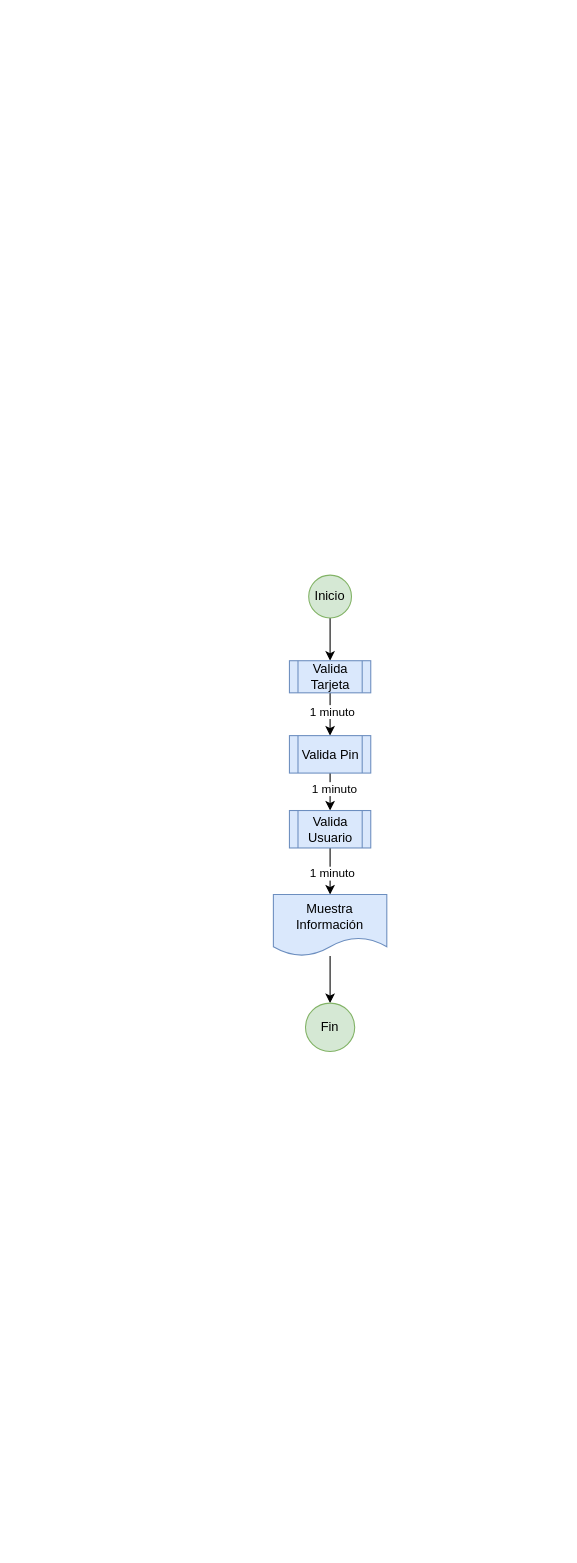
jBuenoDev/diagrams keeps this draw.io diagram as Treads/Threads.drawio. Above is the earlier version. Source tidied: cells renumbered, new cells numbered last; positions are measured from the earlier drawing's top-left corner, leaving out a move shared by most shapes. Both pictures are drawn from the tidied source at 107%, with x=0, y=0 at pixel (273, 575).
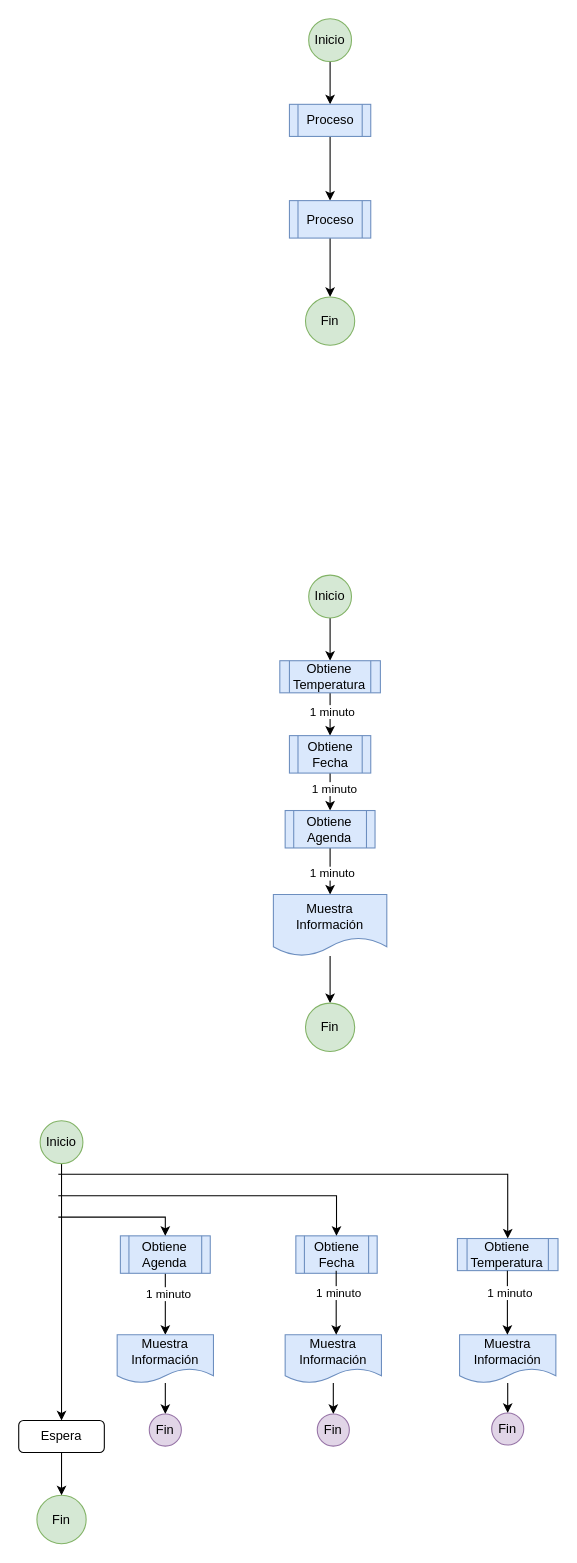
Above is the later version.

Diff of the diagram source:
```diff
@@
-    <mxCell id="6" value="Valida Tarjeta" style="shape=process;whiteSpace=wrap;html=1;backgroundOutline=1;fillColor=#dae8fc;strokeColor=#6c8ebf;" parent="1" vertex="1">
-      <mxGeometry x="15" y="80" width="76" height="30" as="geometry" />
+    <mxCell id="6" value="Obtiene Temperatura" style="shape=process;whiteSpace=wrap;html=1;backgroundOutline=1;fillColor=#dae8fc;strokeColor=#6c8ebf;" parent="1" vertex="1">
+      <mxGeometry x="6" y="80" width="94" height="30" as="geometry" />
     </mxCell>
@@
-    <mxCell id="9" value="Valida Pin" style="shape=process;whiteSpace=wrap;html=1;backgroundOutline=1;fillColor=#dae8fc;strokeColor=#6c8ebf;" parent="1" vertex="1">
+    <mxCell id="9" value="Obtiene Fecha" style="shape=process;whiteSpace=wrap;html=1;backgroundOutline=1;fillColor=#dae8fc;strokeColor=#6c8ebf;" parent="1" vertex="1">
       <mxGeometry x="15" y="150" width="76" height="35" as="geometry" />
     </mxCell>
@@
-    <mxCell id="12" value="Valida Usuario" style="shape=process;whiteSpace=wrap;html=1;backgroundOutline=1;fillColor=#dae8fc;strokeColor=#6c8ebf;" parent="1" vertex="1">
-      <mxGeometry x="15" y="220" width="76" height="35" as="geometry" />
+    <mxCell id="12" value="Obtiene Agenda" style="shape=process;whiteSpace=wrap;html=1;backgroundOutline=1;fillColor=#dae8fc;strokeColor=#6c8ebf;" parent="1" vertex="1">
+      <mxGeometry x="11" y="220" width="84" height="35" as="geometry" />
     </mxCell>
@@
+    <mxCell id="16" style="edgeStyle=orthogonalEdgeStyle;rounded=0;jettySize=auto;html=1;" parent="1" edge="1" source="17" target="19">
+      <mxGeometry relative="1" as="geometry" />
+    </mxCell>
+    <mxCell id="17" value="Inicio" style="ellipse;whiteSpace=wrap;html=1;fillColor=#d5e8d4;strokeColor=#82b366;" parent="1" vertex="1">
+      <mxGeometry x="33" y="-520" width="40" height="40" as="geometry" />
+    </mxCell>
+    <mxCell id="18" style="edgeStyle=orthogonalEdgeStyle;rounded=0;jettySize=auto;html=1;entryX=0.5;entryY=0;entryDx=0;entryDy=0;" parent="1" edge="1" source="19" target="21">
+      <mxGeometry relative="1" as="geometry" />
+    </mxCell>
+    <mxCell id="19" value="Proceso" style="shape=process;whiteSpace=wrap;html=1;backgroundOutline=1;fillColor=#dae8fc;strokeColor=#6c8ebf;" parent="1" vertex="1">
+      <mxGeometry x="15" y="-440" width="76" height="30" as="geometry" />
+    </mxCell>
+    <mxCell id="20" style="edgeStyle=orthogonalEdgeStyle;rounded=0;jettySize=auto;html=1;entryX=0.5;entryY=0;entryDx=0;entryDy=0;" parent="1" edge="1" source="21" target="22">
+      <mxGeometry relative="1" as="geometry" />
+    </mxCell>
+    <mxCell id="21" value="Proceso" style="shape=process;whiteSpace=wrap;html=1;backgroundOutline=1;fillColor=#dae8fc;strokeColor=#6c8ebf;" parent="1" vertex="1">
+      <mxGeometry x="15" y="-350" width="76" height="35" as="geometry" />
+    </mxCell>
+    <mxCell id="22" value="Fin" style="ellipse;whiteSpace=wrap;html=1;fillColor=#d5e8d4;strokeColor=#82b366;" parent="1" vertex="1">
+      <mxGeometry x="30" y="-260" width="46" height="45.2" as="geometry" />
+    </mxCell>
+    <mxCell id="23" style="edgeStyle=orthogonalEdgeStyle;rounded=0;jettySize=auto;html=1;entryX=0.5;entryY=0;entryDx=0;entryDy=0;" parent="1" edge="1" source="24" target="32">
+      <mxGeometry relative="1" as="geometry" />
+    </mxCell>
+    <mxCell id="24" value="Inicio" style="ellipse;whiteSpace=wrap;html=1;fillColor=#d5e8d4;strokeColor=#82b366;" parent="1" vertex="1">
+      <mxGeometry x="-218" y="510" width="40" height="40" as="geometry" />
+    </mxCell>
+    <mxCell id="25" style="edgeStyle=orthogonalEdgeStyle;rounded=0;jettySize=auto;html=1;exitX=0.5;exitY=1;exitDx=0;exitDy=0;" parent="1" edge="1" source="29" target="37">
+      <mxGeometry relative="1" as="geometry" />
+    </mxCell>
+    <mxCell id="26" value="&lt;div&gt;1 minuto&lt;/div&gt;" style="edgeLabel;html=1;align=center;verticalAlign=middle;" parent="25" vertex="1">
+      <mxGeometry x="-0.34" y="2" relative="1" as="geometry" />
+    </mxCell>
+    <mxCell id="27" value="Obtiene Temperatura" style="shape=process;whiteSpace=wrap;html=1;backgroundOutline=1;fillColor=#dae8fc;strokeColor=#6c8ebf;" parent="1" vertex="1">
+      <mxGeometry x="172" y="620" width="94" height="30" as="geometry" />
+    </mxCell>
+    <mxCell id="28" value="Obtiene Fecha" style="shape=process;whiteSpace=wrap;html=1;backgroundOutline=1;fillColor=#dae8fc;strokeColor=#6c8ebf;" parent="1" vertex="1">
+      <mxGeometry x="21" y="617.5" width="76" height="35" as="geometry" />
+    </mxCell>
+    <mxCell id="29" value="Obtiene Agenda" style="shape=process;whiteSpace=wrap;html=1;backgroundOutline=1;fillColor=#dae8fc;strokeColor=#6c8ebf;" parent="1" vertex="1">
+      <mxGeometry x="-143" y="617.5" width="84" height="35" as="geometry" />
+    </mxCell>
+    <mxCell id="30" value="Fin" style="ellipse;whiteSpace=wrap;html=1;fillColor=#d5e8d4;strokeColor=#82b366;" parent="1" vertex="1">
+      <mxGeometry x="-221" y="860" width="46" height="45.2" as="geometry" />
+    </mxCell>
+    <mxCell id="31" style="edgeStyle=orthogonalEdgeStyle;rounded=0;jettySize=auto;html=1;" parent="1" edge="1" source="32" target="30">
+      <mxGeometry relative="1" as="geometry" />
+    </mxCell>
+    <mxCell id="32" value="Espera" style="rounded=1;whiteSpace=wrap;html=1;" parent="1" vertex="1">
+      <mxGeometry x="-238" y="790" width="80" height="30" as="geometry" />
+    </mxCell>
+    <mxCell id="33" style="endArrow=classic;html=1;rounded=0;entryX=0.5;entryY=0;entryDx=0;entryDy=0;" parent="1" edge="1" target="29">
+      <mxGeometry relative="1" as="geometry">
+        <mxPoint x="-201" y="600" as="sourcePoint" />
+        <Array as="points">
+          <mxPoint x="-101" y="600" />
+        </Array>
+      </mxGeometry>
+    </mxCell>
+    <mxCell id="34" style="endArrow=classic;html=1;rounded=0;entryX=0.5;entryY=0;entryDx=0;entryDy=0;" parent="1" edge="1" target="28">
+      <mxGeometry relative="1" as="geometry">
+        <mxPoint x="-201" y="580" as="sourcePoint" />
+        <Array as="points">
+          <mxPoint x="59" y="580" />
+        </Array>
+      </mxGeometry>
+    </mxCell>
+    <mxCell id="35" style="endArrow=classic;html=1;rounded=0;entryX=0.5;entryY=0;entryDx=0;entryDy=0;" parent="1" edge="1" target="27">
+      <mxGeometry relative="1" as="geometry">
+        <mxPoint x="-201" y="560" as="sourcePoint" />
+        <Array as="points">
+          <mxPoint x="219" y="560" />
+        </Array>
+      </mxGeometry>
+    </mxCell>
+    <mxCell id="36" style="edgeStyle=orthogonalEdgeStyle;rounded=0;jettySize=auto;html=1;" parent="1" edge="1" source="37" target="46">
+      <mxGeometry relative="1" as="geometry" />
+    </mxCell>
+    <mxCell id="37" value="Muestra Información" style="shape=document;whiteSpace=wrap;html=1;boundedLbl=1;fillColor=#dae8fc;strokeColor=#6c8ebf;" parent="1" vertex="1">
+      <mxGeometry x="-146" y="710" width="90" height="45" as="geometry" />
+    </mxCell>
+    <mxCell id="38" style="edgeStyle=orthogonalEdgeStyle;rounded=0;jettySize=auto;html=1;entryX=0.5;entryY=0;entryDx=0;entryDy=0;" parent="1" edge="1" source="39" target="47">
+      <mxGeometry relative="1" as="geometry" />
+    </mxCell>
+    <mxCell id="39" value="Muestra Información" style="shape=document;whiteSpace=wrap;html=1;boundedLbl=1;fillColor=#dae8fc;strokeColor=#6c8ebf;" parent="1" vertex="1">
+      <mxGeometry x="11" y="710" width="90" height="45" as="geometry" />
+    </mxCell>
+    <mxCell id="40" style="edgeStyle=orthogonalEdgeStyle;rounded=0;jettySize=auto;html=1;entryX=0.5;entryY=0;entryDx=0;entryDy=0;" parent="1" edge="1" source="41" target="48">
+      <mxGeometry relative="1" as="geometry" />
+    </mxCell>
+    <mxCell id="41" value="Muestra Información" style="shape=document;whiteSpace=wrap;html=1;boundedLbl=1;fillColor=#dae8fc;strokeColor=#6c8ebf;" parent="1" vertex="1">
+      <mxGeometry x="174" y="710" width="90" height="45" as="geometry" />
+    </mxCell>
+    <mxCell id="42" style="edgeStyle=orthogonalEdgeStyle;rounded=0;orthogonalLoop=1;jettySize=auto;html=1;" parent="1" edge="1">
+      <mxGeometry relative="1" as="geometry">
+        <mxPoint x="58.7" y="650" as="sourcePoint" />
+        <mxPoint x="58.7" y="710" as="targetPoint" />
+      </mxGeometry>
+    </mxCell>
+    <mxCell id="43" value="&lt;div&gt;1 minuto&lt;/div&gt;" style="edgeLabel;html=1;align=center;verticalAlign=middle;" parent="42" vertex="1">
+      <mxGeometry x="-0.34" y="2" relative="1" as="geometry" />
+    </mxCell>
+    <mxCell id="44" style="edgeStyle=orthogonalEdgeStyle;rounded=0;orthogonalLoop=1;jettySize=auto;html=1;" parent="1" edge="1">
+      <mxGeometry relative="1" as="geometry">
+        <mxPoint x="218.7" y="650" as="sourcePoint" />
+        <mxPoint x="218.7" y="710" as="targetPoint" />
+      </mxGeometry>
+    </mxCell>
+    <mxCell id="45" value="&lt;div&gt;1 minuto&lt;/div&gt;" style="edgeLabel;html=1;align=center;verticalAlign=middle;" parent="44" vertex="1">
+      <mxGeometry x="-0.34" y="2" relative="1" as="geometry" />
+    </mxCell>
+    <mxCell id="46" value="&lt;div&gt;Fin&lt;/div&gt;" style="ellipse;whiteSpace=wrap;html=1;fillColor=#e1d5e7;strokeColor=#9673a6;" parent="1" vertex="1">
+      <mxGeometry x="-116" y="784" width="30" height="30" as="geometry" />
+    </mxCell>
+    <mxCell id="47" value="&lt;div&gt;Fin&lt;/div&gt;" style="ellipse;whiteSpace=wrap;html=1;fillColor=#e1d5e7;strokeColor=#9673a6;" parent="1" vertex="1">
+      <mxGeometry x="41" y="784" width="30" height="30" as="geometry" />
+    </mxCell>
+    <mxCell id="48" value="&lt;div&gt;Fin&lt;/div&gt;" style="ellipse;whiteSpace=wrap;html=1;fillColor=#e1d5e7;strokeColor=#9673a6;" parent="1" vertex="1">
+      <mxGeometry x="204" y="783" width="30" height="30" as="geometry" />
+    </mxCell>
```
